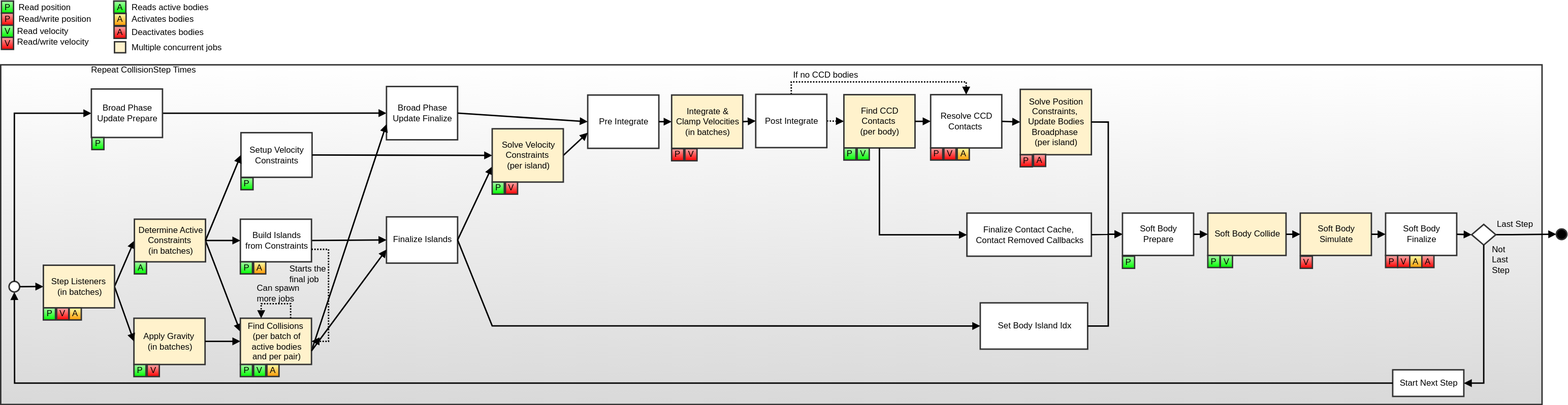
Before: extern/JoltPhysics/Docs/PhysicsSystemUpdate.svg, a diagram exported from draw.io (vimontgames/vgframework). Source tidied: cells renumbered, new cells last; positions are measured from the earlier drawing's top-left corner, leaving out a move shared by most shapes.
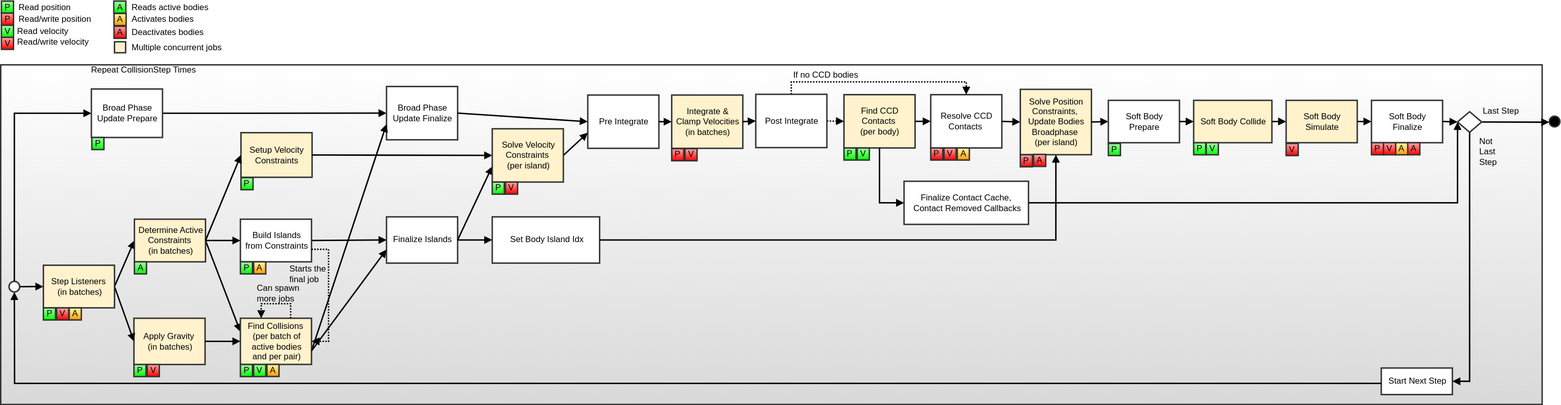
After the commit.

Change to the diagram source:
```diff
@@ -30,3 +30,3 @@
     </mxCell>
-    <mxCell id="7" value="&lt;div style='width: 93.0px;height:auto;word-break: break-word;'&gt;&lt;div align=&quot;center&quot;&gt;&lt;span style=&quot;font-size: 12px; font-family: Arial; white-space: pre-wrap; text-decoration: none; line-height: 14px; color: rgb(0, 0, 0);&quot;&gt;Setup Velocity Constraints&lt;/span&gt;&lt;/div&gt;&lt;/div&gt;" style="shape=rect;shadow=0;strokeWidth=2;fillColor=#ffffff;strokeColor=#333333;opacity=100.0;html=1;nl2Br=0;verticalAlign=middle;align=center;spacingLeft=2.0;spacingRight=0;whiteSpace=wrap;gliffyId=30;" parent="1" vertex="1">
+    <mxCell id="7" value="&lt;div style='width: 93.0px;height:auto;word-break: break-word;'&gt;&lt;div align=&quot;center&quot;&gt;&lt;span style=&quot;font-size: 12px; font-family: Arial; white-space: pre-wrap; text-decoration: none; line-height: 14px; color: rgb(0, 0, 0);&quot;&gt;Setup Velocity Constraints&lt;/span&gt;&lt;/div&gt;&lt;/div&gt;" style="shape=rect;shadow=0;strokeWidth=2;fillColor=#FFF2CC;strokeColor=#333333;opacity=100.0;html=1;nl2Br=0;verticalAlign=middle;align=center;spacingLeft=2.0;spacingRight=0;whiteSpace=wrap;gliffyId=30;" parent="1" vertex="1">
       <mxGeometry x="338.3" y="185.2" width="100" height="62.8" as="geometry" />
@@ -59,3 +59,3 @@
     <mxCell id="13" style="shape=ellipse;perimeter=ellipsePerimeter;shadow=0;strokeWidth=2;fillColor=#000000;strokeColor=#333333;opacity=100.0;gliffyId=100;" parent="1" vertex="1">
-      <mxGeometry x="2188" y="320.7" width="15" height="15" as="geometry" />
+      <mxGeometry x="2178" y="162" width="15" height="15" as="geometry" />
     </mxCell>
@@ -110,27 +110,12 @@
     <mxCell id="20" value="&lt;div style='width: 141.96px;height:auto;word-break: break-word;'&gt;&lt;div align=&quot;center&quot;&gt;&lt;span style=&quot;font-size: 12px; font-family: Arial; white-space: pre-wrap; text-decoration: none; line-height: 14px; color: rgb(0, 0, 0);&quot;&gt;Set Body Island Idx&lt;/span&gt;&lt;/div&gt;&lt;/div&gt;" style="shape=rect;shadow=0;strokeWidth=2;fillColor=#ffffff;strokeColor=#333333;opacity=100.0;html=1;nl2Br=0;verticalAlign=middle;align=center;spacingLeft=3.02;spacingRight=0;whiteSpace=wrap;gliffyId=152;" parent="1" vertex="1">
-      <mxGeometry x="1378" y="424.7" width="151" height="65.1" as="geometry" />
+      <mxGeometry x="691.7" y="303.7" width="151" height="65.1" as="geometry" />
     </mxCell>
     <mxCell id="21" style="shape=filledEdge;strokeWidth=2;strokeColor=#000000;fillColor=none;startArrow=none;startFill=0;startSize=6;endArrow=block;endFill=1;endSize=6;rounded=0;gliffyId=154;exitX=1.0;exitY=0.5;exitPerimeter=0;entryX=0.0;entryY=0.5;entryPerimeter=0;" parent="1" edge="1" source="9" target="20">
-      <mxGeometry relative="1" as="geometry">
-        <Array as="points">
-          <mxPoint x="643" y="336.2" />
-          <mxPoint x="691.7" y="457.2" />
-        </Array>
-      </mxGeometry>
+      <mxGeometry relative="1" as="geometry" />
     </mxCell>
-    <mxCell id="22" style="shape=filledEdge;strokeWidth=2;strokeColor=#000000;fillColor=none;startArrow=none;startFill=0;startSize=6;endArrow=block;endFill=1;endSize=6;rounded=0;gliffyId=155;edgeStyle=orthogonalEdgeStyle;entryX=0;entryY=0.5;entryDx=0;entryDy=0;" parent="1" edge="1" source="20" target="108">
-      <mxGeometry relative="1" as="geometry">
-        <Array as="points">
-          <mxPoint x="1558" y="457" />
-          <mxPoint x="1558" y="328" />
-        </Array>
-      </mxGeometry>
+    <mxCell id="22" style="shape=filledEdge;strokeWidth=2;strokeColor=#000000;fillColor=none;startArrow=none;startFill=0;startSize=6;endArrow=block;endFill=1;endSize=6;rounded=0;gliffyId=155;entryX=0.5;entryY=1;entryDx=0;entryDy=0;exitX=1;exitY=0.5;exitDx=0;exitDy=0;edgeStyle=orthogonalEdgeStyle;" parent="1" edge="1" source="20" target="12">
+      <mxGeometry relative="1" as="geometry" />
     </mxCell>
-    <mxCell id="23" style="shape=filledEdge;strokeWidth=2;strokeColor=#000000;fillColor=none;startArrow=none;startFill=0;startSize=6;endArrow=block;endFill=1;endSize=6;rounded=0;gliffyId=171;edgeStyle=orthogonalEdgeStyle;exitX=1;exitY=0.5;exitDx=0;exitDy=0;entryX=0;entryY=0.5;entryDx=0;entryDy=0;" parent="1" edge="1" source="12" target="108">
-      <mxGeometry relative="1" as="geometry">
-        <Array as="points">
-          <mxPoint x="1558" y="170" />
-          <mxPoint x="1558" y="328" />
-        </Array>
-      </mxGeometry>
+    <mxCell id="23" style="shape=filledEdge;strokeWidth=2;strokeColor=#000000;fillColor=none;startArrow=none;startFill=0;startSize=6;endArrow=block;endFill=1;endSize=6;rounded=0;gliffyId=171;entryX=0;entryY=0.5;entryDx=0;entryDy=0;exitX=1;exitY=0.5;exitDx=0;exitDy=0;" parent="1" edge="1" source="12" target="108">
+      <mxGeometry relative="1" as="geometry" />
     </mxCell>
@@ -227,9 +212,7 @@
     <mxCell id="49" value="&lt;div style='width: 93.0px;height:auto;word-break: break-word;'&gt;&lt;div align=&quot;center&quot;&gt;&lt;span style=&quot;font-size: 12px; font-family: Arial; white-space: pre-wrap; text-decoration: none; line-height: 14px; color: rgb(0, 0, 0);&quot;&gt;Start Next Step&lt;/span&gt;&lt;/div&gt;&lt;/div&gt;" style="shape=rect;shadow=0;strokeWidth=2;fillColor=#ffffff;strokeColor=#333333;opacity=100.0;html=1;nl2Br=0;verticalAlign=middle;align=center;spacingLeft=2.0;spacingRight=0;whiteSpace=wrap;gliffyId=311;" parent="1" vertex="1">
-      <mxGeometry x="1958" y="519" width="100" height="37.4" as="geometry" />
+      <mxGeometry x="1941.8" y="516.4" width="100" height="37.4" as="geometry" />
     </mxCell>
-    <mxCell id="50" style="shape=filledEdge;strokeWidth=2;strokeColor=#000000;fillColor=none;startArrow=none;startFill=0;startSize=6;endArrow=block;endFill=1;endSize=6;rounded=0;gliffyId=313;exitX=1.0;exitY=0.5;exitPerimeter=0;entryX=0.0;entryY=0.5;entryPerimeter=0;" parent="1" edge="1" source="91" target="13">
+    <mxCell id="50" style="shape=filledEdge;strokeWidth=2;strokeColor=#000000;fillColor=none;startArrow=none;startFill=0;startSize=6;endArrow=block;endFill=1;endSize=6;rounded=0;gliffyId=313;exitX=1.0;exitY=0.5;exitPerimeter=0;" parent="1" edge="1" source="91">
       <mxGeometry relative="1" as="geometry">
-        <Array as="points">
-          <mxPoint x="2125.3" y="328.8" />
-        </Array>
+        <mxPoint x="2178" y="170.5" as="targetPoint" />
       </mxGeometry>
@@ -390,3 +373,3 @@
     <mxCell id="87" value="&lt;div style='width: 165.0px;height:auto;word-break: break-word;'&gt;&lt;div align=&quot;center&quot;&gt;&lt;span style=&quot;font-size: 12px; font-family: Arial; white-space: pre-wrap; text-decoration: none; line-height: 14px; color: rgb(0, 0, 0);&quot;&gt;Finalize Contact Cache, &lt;/span&gt;&lt;/div&gt;&lt;div align=&quot;center&quot;&gt;&lt;span style=&quot;font-size: 12px; font-family: Arial; white-space: pre-wrap; text-decoration: none; line-height: 14px; color: rgb(0, 0, 0);&quot;&gt;Contact Removed Callbacks&lt;/span&gt;&lt;/div&gt;&lt;/div&gt;" style="shape=rect;shadow=0;strokeWidth=2;fillColor=#ffffff;strokeColor=#333333;opacity=100.0;html=1;nl2Br=0;verticalAlign=middle;align=center;spacingLeft=3.5;spacingRight=0;whiteSpace=wrap;gliffyId=538;" parent="1" vertex="1">
-      <mxGeometry x="1359.2" y="298.4" width="175" height="60.7" as="geometry" />
+      <mxGeometry x="1270.7" y="253.6" width="175" height="60.7" as="geometry" />
     </mxCell>
@@ -395,3 +378,3 @@
         <Array as="points">
-          <mxPoint x="1236" y="329" />
+          <mxPoint x="1236" y="284" />
         </Array>
@@ -399,6 +382,6 @@
     </mxCell>
-    <mxCell id="89" style="shape=filledEdge;strokeWidth=2;strokeColor=#000000;fillColor=none;startArrow=none;startFill=0;startSize=6;endArrow=block;endFill=1;endSize=6;rounded=0;gliffyId=542;exitX=1.0;exitY=0.5;exitPerimeter=0;entryX=0;entryY=0.5;entryDx=0;entryDy=0;" parent="1" edge="1" source="87" target="108">
+    <mxCell id="89" style="shape=filledEdge;strokeWidth=2;strokeColor=#000000;fillColor=none;startArrow=none;startFill=0;startSize=6;endArrow=block;endFill=1;endSize=6;rounded=0;gliffyId=542;exitX=1;exitY=0.5;entryX=0;entryY=0.5;entryDx=0;entryDy=0;elbow=vertical;exitDx=0;exitDy=0;edgeStyle=orthogonalEdgeStyle;" parent="1" edge="1" source="87" target="91">
       <mxGeometry relative="1" as="geometry">
         <Array as="points">
-          <mxPoint x="1568" y="328" />
+          <mxPoint x="2049" y="284" />
         </Array>
@@ -410,3 +393,3 @@
     <mxCell id="91" style="shape=rhombus;perimeter=rhombusPerimeter;shadow=0;strokeWidth=2;fillColor=#FFFFFF;strokeColor=#333333;opacity=100.0;gliffyId=566;" parent="1" vertex="1">
-      <mxGeometry x="2069" y="314.3" width="34" height="29" as="geometry" />
+      <mxGeometry x="2049" y="155.7" width="34" height="29" as="geometry" />
     </mxCell>
@@ -416,6 +399,6 @@
     <mxCell id="93" value="&lt;div style='width: 64.0px;height:auto;word-break: break-word;'&gt;&lt;div align=&quot;left&quot;&gt;&lt;span style=&quot;font-size: 12px; font-family: Arial; white-space: pre-wrap; text-decoration: none; line-height: 14px; color: rgb(0, 0, 0);&quot;&gt;Not &lt;/span&gt;&lt;/div&gt;&lt;div align=&quot;left&quot;&gt;&lt;span style=&quot;font-size: 12px; font-family: Arial; white-space: pre-wrap; text-decoration: none; line-height: 14px; color: rgb(0, 0, 0);&quot;&gt;Last  &lt;/span&gt;&lt;/div&gt;&lt;div align=&quot;left&quot;&gt;&lt;span style=&quot;font-size: 12px; font-family: Arial; white-space: pre-wrap; text-decoration: none; line-height: 14px; color: rgb(0, 0, 0);&quot;&gt;Step&lt;/span&gt;&lt;/div&gt;&lt;/div&gt;" style="text;html=1;nl2Br=0;html=1;nl2Br=0;verticalAlign=middle;align=left;spacingLeft=0.0;spacingRight=0;whiteSpace=wrap;gliffyId=570;" parent="1" vertex="1">
-      <mxGeometry x="2095.8" y="343.3" width="35.2" height="42" as="geometry" />
+      <mxGeometry x="2078" y="191.2" width="35.2" height="42" as="geometry" />
     </mxCell>
     <mxCell id="94" value="&lt;div style='width: 68.5px;height:auto;word-break: break-word;'&gt;&lt;div align=&quot;left&quot;&gt;&lt;span style=&quot;font-size: 12px; font-family: Arial; white-space: pre-wrap; text-decoration: none; line-height: 14px; color: rgb(0, 0, 0);&quot;&gt;Last Step&lt;/span&gt;&lt;/div&gt;&lt;/div&gt;" style="text;html=1;nl2Br=0;html=1;nl2Br=0;verticalAlign=middle;align=left;spacingLeft=0.0;spacingRight=0;whiteSpace=wrap;gliffyId=571;" parent="1" vertex="1">
-      <mxGeometry x="2103" y="307" width="71.5" height="14" as="geometry" />
+      <mxGeometry x="2083" y="148.1" width="71.5" height="14" as="geometry" />
     </mxCell>
@@ -483,12 +466,12 @@
     <mxCell id="108" value="&lt;div style=&quot;width: 93.0px;height:auto;word-break: break-word;&quot;&gt;&lt;div align=&quot;center&quot;&gt;&lt;font face=&quot;Arial&quot; color=&quot;#000000&quot;&gt;&lt;span style=&quot;white-space-collapse: preserve;&quot;&gt;Soft Body Prepare&lt;/span&gt;&lt;/font&gt;&lt;/div&gt;&lt;/div&gt;" style="shape=rect;shadow=0;strokeWidth=2;fillColor=#ffffff;strokeColor=#333333;opacity=100.0;html=1;nl2Br=0;verticalAlign=middle;align=center;spacingLeft=2.0;spacingRight=0;whiteSpace=wrap;gliffyId=48;" parent="1" vertex="1">
-      <mxGeometry x="1578" y="298.4" width="100" height="59.6" as="geometry" />
+      <mxGeometry x="1558" y="139.7" width="100" height="59.6" as="geometry" />
     </mxCell>
     <mxCell id="109" value="&lt;div style=&quot;width: 93.0px;height:auto;word-break: break-word;&quot;&gt;&lt;div&gt;&lt;font face=&quot;Arial&quot; color=&quot;#000000&quot;&gt;&lt;span style=&quot;white-space-collapse: preserve;&quot;&gt;Soft Body &lt;/span&gt;&lt;/font&gt;&lt;span style=&quot;white-space-collapse: preserve; color: rgb(0, 0, 0); font-family: Arial; background-color: initial;&quot;&gt;Collide&lt;/span&gt;&lt;/div&gt;&lt;/div&gt;" style="shape=rect;shadow=0;strokeWidth=2;fillColor=#FFF2CC;strokeColor=#333333;opacity=100.0;html=1;nl2Br=0;verticalAlign=middle;align=center;spacingLeft=2.0;spacingRight=0;whiteSpace=wrap;gliffyId=48;" parent="1" vertex="1">
-      <mxGeometry x="1698" y="298.4" width="110" height="59.6" as="geometry" />
+      <mxGeometry x="1678" y="139.7" width="110" height="59.6" as="geometry" />
     </mxCell>
     <mxCell id="110" value="&lt;div style=&quot;width: 93.0px;height:auto;word-break: break-word;&quot;&gt;&lt;div align=&quot;center&quot;&gt;&lt;font face=&quot;Arial&quot; color=&quot;#000000&quot;&gt;&lt;span style=&quot;white-space-collapse: preserve;&quot;&gt;Soft Body Simulate&lt;/span&gt;&lt;/font&gt;&lt;/div&gt;&lt;/div&gt;" style="shape=rect;shadow=0;strokeWidth=2;fillColor=#FFF2CC;strokeColor=#333333;opacity=100.0;html=1;nl2Br=0;verticalAlign=middle;align=center;spacingLeft=2.0;spacingRight=0;whiteSpace=wrap;gliffyId=48;" parent="1" vertex="1">
-      <mxGeometry x="1828" y="298.4" width="100" height="59.6" as="geometry" />
+      <mxGeometry x="1808" y="139.7" width="100" height="59.6" as="geometry" />
     </mxCell>
     <mxCell id="111" value="&lt;div style=&quot;width: 93.0px;height:auto;word-break: break-word;&quot;&gt;&lt;div align=&quot;center&quot;&gt;&lt;font face=&quot;Arial&quot; color=&quot;#000000&quot;&gt;&lt;span style=&quot;white-space-collapse: preserve;&quot;&gt;Soft Body Finalize&lt;/span&gt;&lt;/font&gt;&lt;/div&gt;&lt;/div&gt;" style="shape=rect;shadow=0;strokeWidth=2;fillColor=#ffffff;strokeColor=#333333;opacity=100.0;html=1;nl2Br=0;verticalAlign=middle;align=center;spacingLeft=2.0;spacingRight=0;whiteSpace=wrap;gliffyId=48;" parent="1" vertex="1">
-      <mxGeometry x="1948" y="298.4" width="100" height="59.6" as="geometry" />
+      <mxGeometry x="1928" y="139.7" width="100" height="59.6" as="geometry" />
     </mxCell>
@@ -507,24 +490,24 @@
     <mxCell id="116" value="&lt;div style='width: 13.32px;height:auto;word-break: break-word;'&gt;&lt;div align=&quot;center&quot;&gt;&lt;span style=&quot;font-size: 12px; font-family: Arial; white-space: pre-wrap; text-decoration: none; line-height: 14px; color: rgb(0, 0, 0);&quot;&gt;P&lt;/span&gt;&lt;/div&gt;&lt;/div&gt;" style="shape=rect;shadow=0;strokeWidth=2;fillColor=#00ff00;strokeColor=#333333;gradientColor=#AAFFAA;gradientDirection=north;opacity=100.0;html=1;nl2Br=0;verticalAlign=middle;align=center;spacingLeft=0.34;spacingRight=0;whiteSpace=wrap;gliffyId=191;" parent="1" vertex="1">
-      <mxGeometry x="1578" y="359.1" width="17" height="17" as="geometry" />
+      <mxGeometry x="1558" y="200.5" width="17" height="17" as="geometry" />
     </mxCell>
     <mxCell id="117" value="&lt;div style='width: 13.32px;height:auto;word-break: break-word;'&gt;&lt;div align=&quot;center&quot;&gt;&lt;span style=&quot;font-size: 12px; font-family: Arial; white-space: pre-wrap; text-decoration: none; line-height: 14px; color: rgb(0, 0, 0);&quot;&gt;P&lt;/span&gt;&lt;/div&gt;&lt;/div&gt;" style="shape=rect;shadow=0;strokeWidth=2;fillColor=#ff0000;strokeColor=#333333;gradientColor=#FFAAAA;gradientDirection=north;opacity=100.0;html=1;nl2Br=0;verticalAlign=middle;align=center;spacingLeft=0.34;spacingRight=0;whiteSpace=wrap;gliffyId=200;" parent="1" vertex="1">
-      <mxGeometry x="1948" y="358" width="17" height="17" as="geometry" />
+      <mxGeometry x="1928" y="199.3" width="17" height="17" as="geometry" />
     </mxCell>
     <mxCell id="118" value="&lt;div style='width: 13.32px;height:auto;word-break: break-word;'&gt;&lt;div align=&quot;center&quot;&gt;&lt;span style=&quot;font-size: 12px; font-family: Arial; white-space: pre-wrap; text-decoration: none; line-height: 14px; color: rgb(0, 0, 0);&quot;&gt;V&lt;/span&gt;&lt;/div&gt;&lt;/div&gt;" style="shape=rect;shadow=0;strokeWidth=2;fillColor=#ff0000;strokeColor=#333333;gradientColor=#FFAAAA;gradientDirection=north;opacity=100.0;html=1;nl2Br=0;verticalAlign=middle;align=center;spacingLeft=0.34;spacingRight=0;whiteSpace=wrap;gliffyId=198;" parent="1" vertex="1">
-      <mxGeometry x="1965" y="358" width="17" height="17" as="geometry" />
+      <mxGeometry x="1945" y="199.3" width="17" height="17" as="geometry" />
     </mxCell>
     <mxCell id="119" value="&lt;div style='width: 13.32px;height:auto;word-break: break-word;'&gt;&lt;div align=&quot;center&quot;&gt;&lt;span style=&quot;font-size: 12px; font-family: Arial; white-space: pre-wrap; text-decoration: none; line-height: 14px; color: rgb(0, 0, 0);&quot;&gt;P&lt;/span&gt;&lt;/div&gt;&lt;/div&gt;" style="shape=rect;shadow=0;strokeWidth=2;fillColor=#00ff00;strokeColor=#333333;gradientColor=#AAFFAA;gradientDirection=north;opacity=100.0;html=1;nl2Br=0;verticalAlign=middle;align=center;spacingLeft=0.34;spacingRight=0;whiteSpace=wrap;gliffyId=191;" parent="1" vertex="1">
-      <mxGeometry x="1698" y="358" width="17" height="17" as="geometry" />
+      <mxGeometry x="1678" y="199.3" width="17" height="17" as="geometry" />
     </mxCell>
     <mxCell id="120" value="&lt;div style='width: 13.32px;height:auto;word-break: break-word;'&gt;&lt;div align=&quot;center&quot;&gt;&lt;span style=&quot;font-size: 12px; font-family: Arial; white-space: pre-wrap; text-decoration: none; line-height: 14px; color: rgb(0, 0, 0);&quot;&gt;V&lt;/span&gt;&lt;/div&gt;&lt;/div&gt;" style="shape=rect;shadow=0;strokeWidth=2;fillColor=#00ff00;strokeColor=#333333;gradientColor=#AAFFAA;gradientDirection=north;opacity=100.0;html=1;nl2Br=0;verticalAlign=middle;align=center;spacingLeft=0.34;spacingRight=0;whiteSpace=wrap;gliffyId=194;" parent="1" vertex="1">
-      <mxGeometry x="1715.7" y="358" width="17" height="17" as="geometry" />
+      <mxGeometry x="1695.7" y="199.3" width="17" height="17" as="geometry" />
     </mxCell>
     <mxCell id="121" value="&lt;div style='width: 13.32px;height:auto;word-break: break-word;'&gt;&lt;div align=&quot;center&quot;&gt;&lt;span style=&quot;font-size: 12px; font-family: Arial; white-space: pre-wrap; text-decoration: none; line-height: 14px; color: rgb(0, 0, 0);&quot;&gt;V&lt;/span&gt;&lt;/div&gt;&lt;/div&gt;" style="shape=rect;shadow=0;strokeWidth=2;fillColor=#ff0000;strokeColor=#333333;gradientColor=#FFAAAA;gradientDirection=north;opacity=100.0;html=1;nl2Br=0;verticalAlign=middle;align=center;spacingLeft=0.34;spacingRight=0;whiteSpace=wrap;gliffyId=198;" parent="1" vertex="1">
-      <mxGeometry x="1828" y="359.1" width="17" height="17" as="geometry" />
+      <mxGeometry x="1808" y="200.5" width="17" height="17" as="geometry" />
     </mxCell>
     <mxCell id="122" value="&lt;div style='width: 13.32px;height:auto;word-break: break-word;'&gt;&lt;div align=&quot;center&quot;&gt;&lt;span style=&quot;font-size: 12px; font-family: Arial; white-space: pre-wrap; text-decoration: none; line-height: 14px; color: rgb(0, 0, 0);&quot;&gt;A&lt;/span&gt;&lt;/div&gt;&lt;/div&gt;" style="shape=rect;shadow=0;strokeWidth=2;fillColor=#ff9900;strokeColor=#333333;gradientColor=#FFFFAA;gradientDirection=north;opacity=100.0;html=1;nl2Br=0;verticalAlign=middle;align=center;spacingLeft=0.34;spacingRight=0;whiteSpace=wrap;gliffyId=438;" parent="1" vertex="1">
-      <mxGeometry x="1982" y="358" width="17" height="17" as="geometry" />
+      <mxGeometry x="1962" y="199.3" width="17" height="17" as="geometry" />
     </mxCell>
     <mxCell id="123" value="&lt;div style='width: 13.32px;height:auto;word-break: break-word;'&gt;&lt;div align=&quot;center&quot;&gt;&lt;span style=&quot;font-size: 12px; font-family: Arial; white-space: pre-wrap; text-decoration: none; line-height: 14px; color: rgb(0, 0, 0);&quot;&gt;A&lt;/span&gt;&lt;/div&gt;&lt;/div&gt;" style="shape=rect;shadow=0;strokeWidth=2;fillColor=#ff0000;strokeColor=#333333;gradientColor=#FFAAAA;gradientDirection=north;opacity=100.0;html=1;nl2Br=0;verticalAlign=middle;align=center;spacingLeft=0.34;spacingRight=0;whiteSpace=wrap;gliffyId=341;" parent="1" vertex="1">
-      <mxGeometry x="1999" y="358" width="17" height="17" as="geometry" />
+      <mxGeometry x="1979" y="199.3" width="17" height="17" as="geometry" />
     </mxCell>
```
